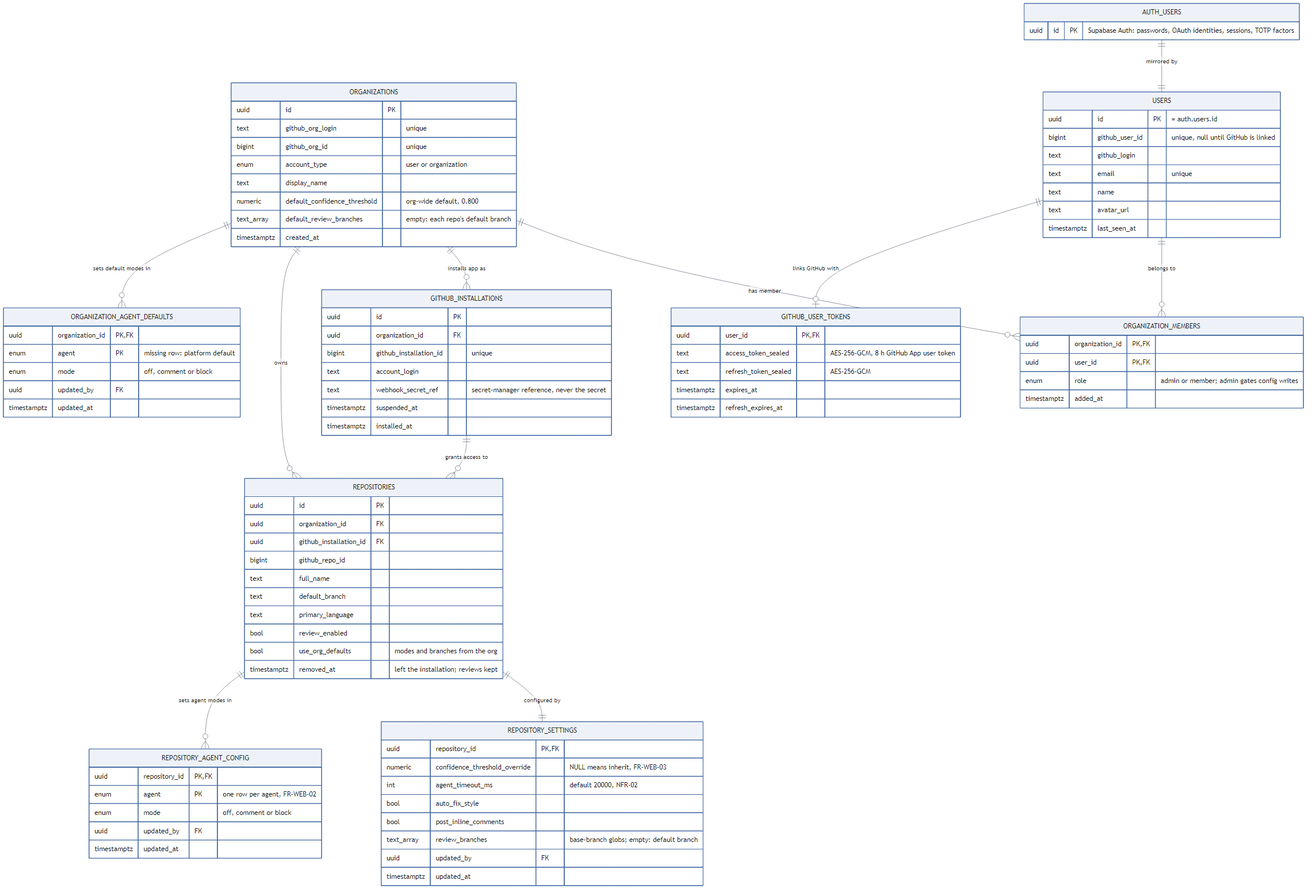
Before: docs/design/diagrams/er_identity.png, a diagram exported from Mermaid (sumit-0804/CodeSentinel). Its source is kept beside it as docs/design/diagrams/mermaid/er_identity.mmd.
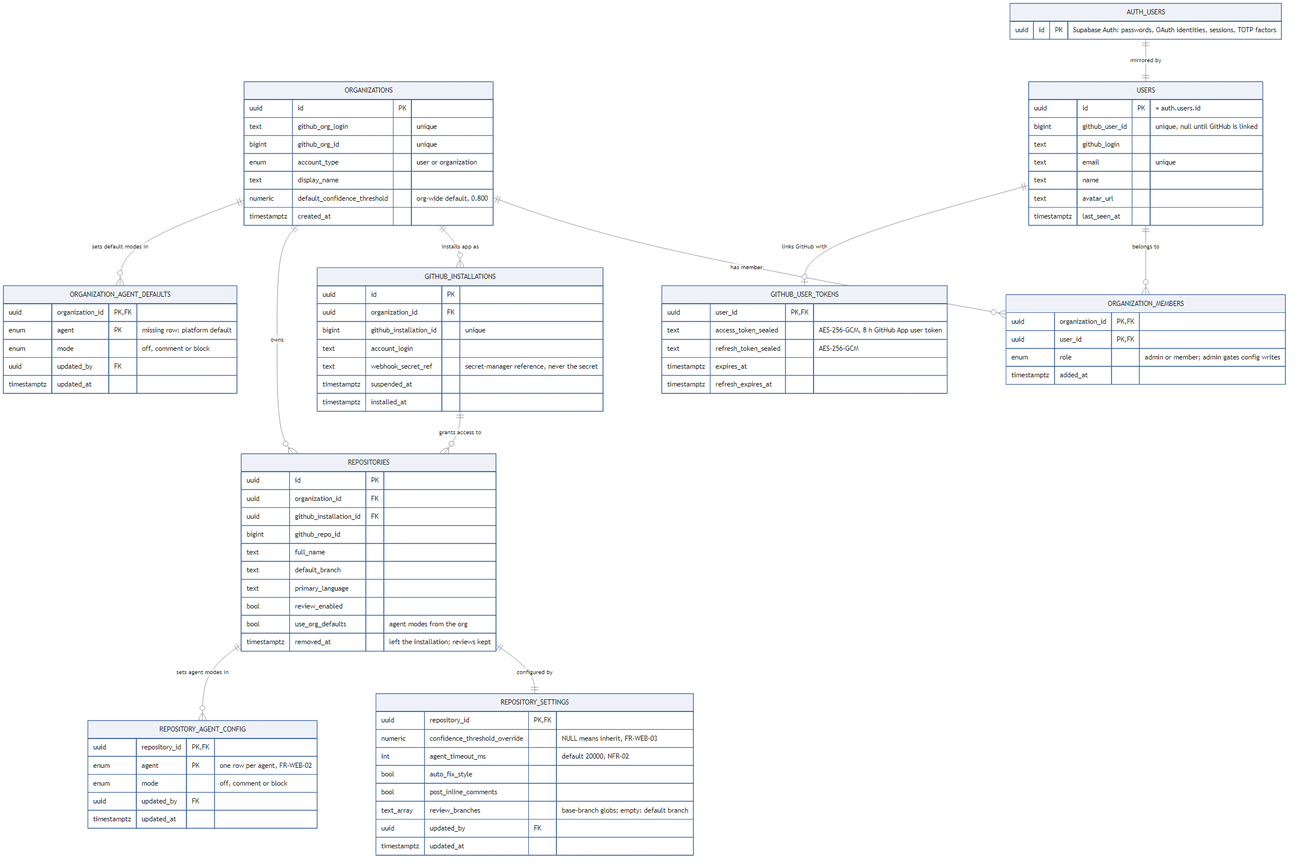
Above is the later version.

What changed in the source:
```diff
@@ -18,7 +18,6 @@
         enum        account_type                 "user or organization"
         text        display_name
         numeric     default_confidence_threshold "org-wide default, 0.800"
-        text_array  default_review_branches      "empty: each repo's default branch"
         timestamptz created_at
     }
 
@@ -78,7 +77,7 @@
         text   default_branch
         text   primary_language
         bool   review_enabled
-        bool   use_org_defaults       "modes and branches from the org"
+        bool   use_org_defaults       "agent modes from the org"
         timestamptz removed_at        "left the installation; reviews kept"
     }
 
```
